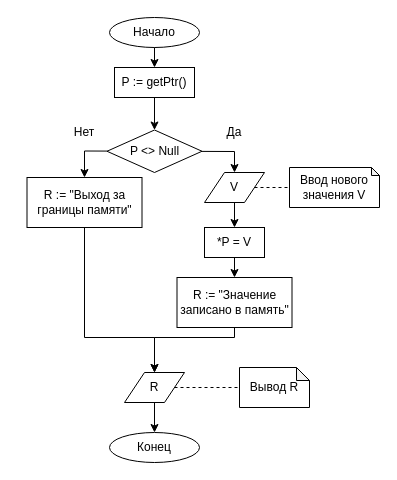
Before: page "Page-1" (1 of 7) of Организация ЭВМ и систем/Отчет/write.drawio in eldarian-1/pstu, a draw.io diagram. Source tidied: cells renumbered, new cells numbered last; positions are measured from the earlier drawing's top-left corner, leaving out a move shared by most shapes. Both pictures are drawn from the tidied source at 100%, with x=0, y=0 at pixel (27, 17).
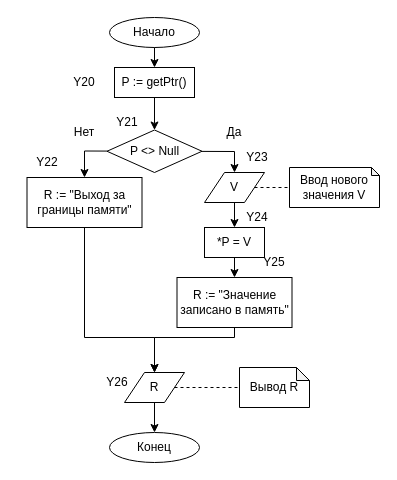
After the change.

Diff of the diagram source:
```diff
@@
+    <mxCell id="26" value="Y20" style="text;html=1;strokeColor=none;fillColor=none;align=center;verticalAlign=middle;whiteSpace=wrap;rounded=0;" parent="1" vertex="1">
+      <mxGeometry x="27" y="50" width="60" height="30" as="geometry" />
+    </mxCell>
@@
+    <mxCell id="27" value="Y21" style="text;html=1;strokeColor=none;fillColor=none;align=center;verticalAlign=middle;whiteSpace=wrap;rounded=0;" parent="1" vertex="1">
+      <mxGeometry x="69.5" y="90" width="60" height="30" as="geometry" />
+    </mxCell>
+    <mxCell id="28" value="Y22" style="text;html=1;strokeColor=none;fillColor=none;align=center;verticalAlign=middle;whiteSpace=wrap;rounded=0;" parent="1" vertex="1">
+      <mxGeometry x="-10.5" y="130" width="60" height="30" as="geometry" />
+    </mxCell>
+    <mxCell id="29" value="Y23" style="text;html=1;strokeColor=none;fillColor=none;align=center;verticalAlign=middle;whiteSpace=wrap;rounded=0;" parent="1" vertex="1">
+      <mxGeometry x="199.5" y="125" width="60" height="30" as="geometry" />
+    </mxCell>
+    <mxCell id="30" value="Y24" style="text;html=1;strokeColor=none;fillColor=none;align=center;verticalAlign=middle;whiteSpace=wrap;rounded=0;" parent="1" vertex="1">
+      <mxGeometry x="199.5" y="185" width="60" height="30" as="geometry" />
+    </mxCell>
+    <mxCell id="31" value="Y25" style="text;html=1;strokeColor=none;fillColor=none;align=center;verticalAlign=middle;whiteSpace=wrap;rounded=0;" parent="1" vertex="1">
+      <mxGeometry x="217" y="230" width="60" height="30" as="geometry" />
+    </mxCell>
+    <mxCell id="32" value="Y26" style="text;html=1;strokeColor=none;fillColor=none;align=center;verticalAlign=middle;whiteSpace=wrap;rounded=0;" parent="1" vertex="1">
+      <mxGeometry x="59.5" y="350" width="60" height="30" as="geometry" />
+    </mxCell>
```
